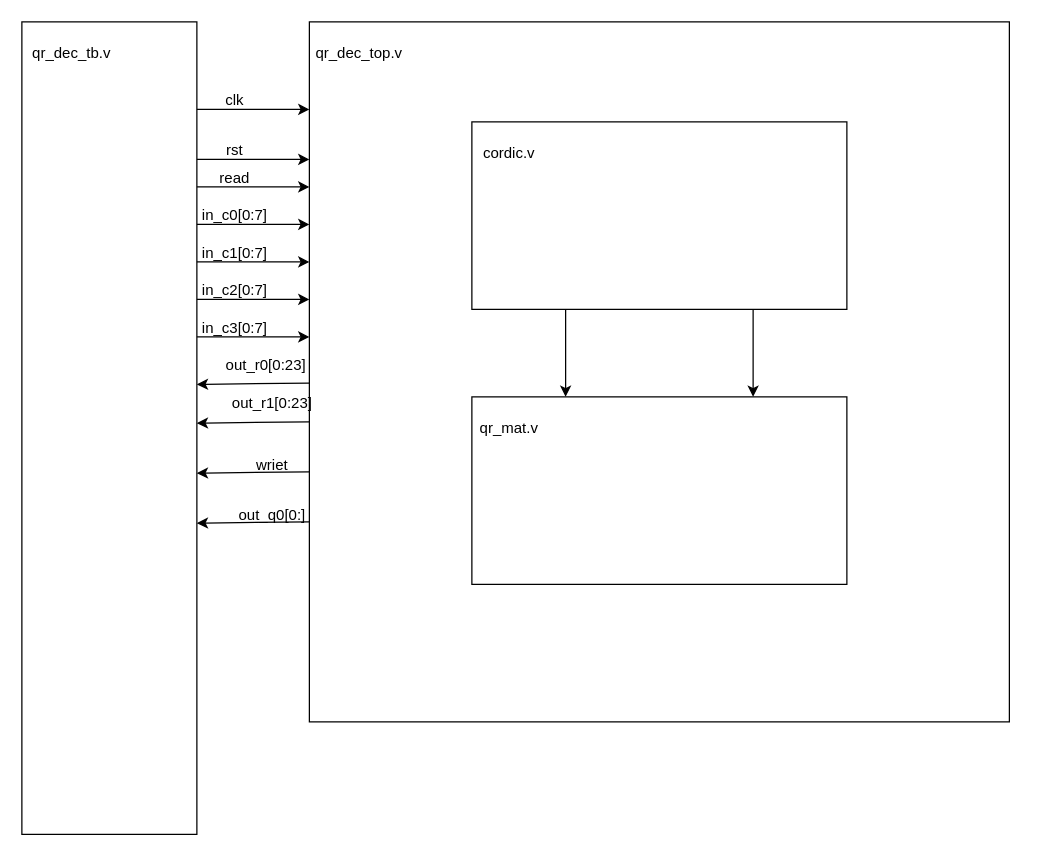
The draw.io diagram qr_dec_system.drawio in jihuien/ML100Days, before the edit. Source tidied: cells renumbered, new cells numbered last; positions are measured from the earlier drawing's top-left corner, leaving out a move shared by most shapes. Both pictures are drawn from the tidied source at 125%, with x=0, y=0 at pixel (21, 21).
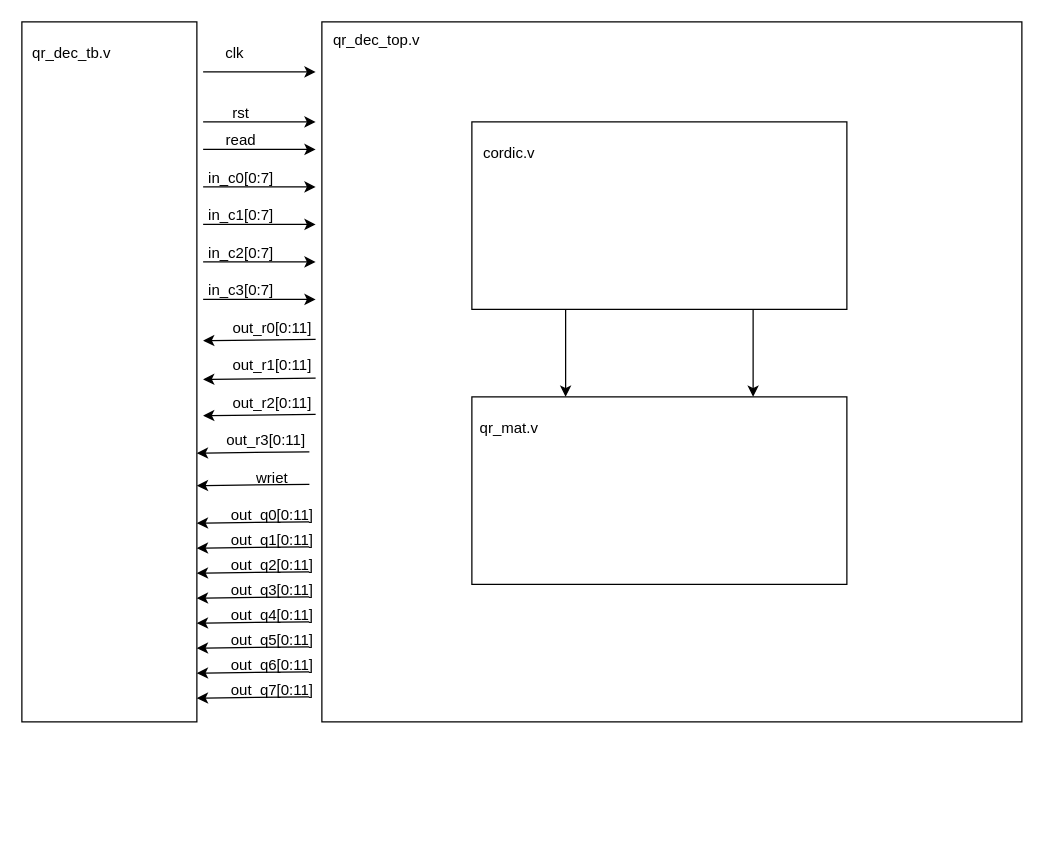
After the change.

The edit, as a diff of the source:
```diff
@@
+    <mxCell id="38" style="group;" parent="1" vertex="1">
+      <mxGeometry x="240" width="560" height="560" as="geometry" />
+    </mxCell>
-    <mxCell id="2" style="whiteSpace=wrap;html=1;" parent="1" vertex="1">
-      <mxGeometry x="230" width="560" height="560" as="geometry" />
+    <mxCell id="2" style="whiteSpace=wrap;html=1;" parent="38" vertex="1">
+      <mxGeometry width="560" height="560" as="geometry" />
     </mxCell>
+    <mxCell id="4" value="qr_dec_top.v" style="text;html=1;align=center;verticalAlign=middle;whiteSpace=wrap;rounded=0;" parent="38" vertex="1">
+      <mxGeometry x="14" width="60" height="30" as="geometry" />
+    </mxCell>
     <mxCell id="3" style="rounded=0;whiteSpace=wrap;html=1;" parent="1" vertex="1">
-      <mxGeometry width="140" height="650" as="geometry" />
+      <mxGeometry width="140" height="560" as="geometry" />
     </mxCell>
-    <mxCell id="4" value="qr_dec_top.v" style="text;html=1;align=center;verticalAlign=middle;whiteSpace=wrap;rounded=0;" parent="1" vertex="1">
-      <mxGeometry x="240" y="10" width="60" height="30" as="geometry" />
-    </mxCell>
     <mxCell id="5" style="endArrow=classic;html=1;rounded=0;entryX=0;entryY=0.25;entryDx=0;entryDy=0;" parent="1" edge="1">
       <mxGeometry relative="1" as="geometry">
-        <mxPoint x="140" y="70" as="sourcePoint" />
-        <mxPoint x="230" y="70" as="targetPoint" />
+        <mxPoint x="145" y="40" as="sourcePoint" />
+        <mxPoint x="235" y="40" as="targetPoint" />
       </mxGeometry>
     </mxCell>
     <mxCell id="6" value="clk" style="text;html=1;align=center;verticalAlign=middle;strokeColor=none;fillColor=none;" parent="1" vertex="1">
-      <mxGeometry x="150" y="48" width="40" height="30" as="geometry" />
+      <mxGeometry x="150" y="10" width="40" height="30" as="geometry" />
     </mxCell>
     <mxCell id="7" style="endArrow=classic;html=1;rounded=0;entryX=0;entryY=0.25;entryDx=0;entryDy=0;" parent="1" edge="1">
       <mxGeometry relative="1" as="geometry">
-        <mxPoint x="140" y="110" as="sourcePoint" />
-        <mxPoint x="230" y="110" as="targetPoint" />
+        <mxPoint x="145" y="80" as="sourcePoint" />
+        <mxPoint x="235" y="80" as="targetPoint" />
       </mxGeometry>
     </mxCell>
     <mxCell id="8" value="rst" style="text;html=1;align=center;verticalAlign=middle;strokeColor=none;fillColor=none;" parent="1" vertex="1">
-      <mxGeometry x="150" y="88" width="40" height="30" as="geometry" />
+      <mxGeometry x="155" y="58" width="40" height="30" as="geometry" />
     </mxCell>
@@
     <mxCell id="12" style="endArrow=classic;html=1;rounded=0;entryX=0;entryY=0.25;entryDx=0;entryDy=0;" parent="1" edge="1">
       <mxGeometry relative="1" as="geometry">
-        <mxPoint x="140" y="162" as="sourcePoint" />
-        <mxPoint x="230" y="162" as="targetPoint" />
+        <mxPoint x="145" y="132" as="sourcePoint" />
+        <mxPoint x="235" y="132" as="targetPoint" />
       </mxGeometry>
     </mxCell>
     <mxCell id="13" value="in_c0[0:7]" style="text;html=1;align=center;verticalAlign=middle;strokeColor=none;fillColor=none;" parent="1" vertex="1">
-      <mxGeometry x="130" y="140" width="80" height="30" as="geometry" />
+      <mxGeometry x="135" y="110" width="80" height="30" as="geometry" />
     </mxCell>
     <mxCell id="14" style="endArrow=classic;html=1;rounded=0;entryX=0;entryY=0.25;entryDx=0;entryDy=0;" parent="1" edge="1">
       <mxGeometry relative="1" as="geometry">
-        <mxPoint x="140" y="192" as="sourcePoint" />
-        <mxPoint x="230" y="192" as="targetPoint" />
+        <mxPoint x="145" y="162" as="sourcePoint" />
+        <mxPoint x="235" y="162" as="targetPoint" />
       </mxGeometry>
     </mxCell>
     <mxCell id="15" value="in_c1[0:7]" style="text;html=1;align=center;verticalAlign=middle;strokeColor=none;fillColor=none;" parent="1" vertex="1">
-      <mxGeometry x="130" y="170" width="80" height="30" as="geometry" />
+      <mxGeometry x="135" y="140" width="80" height="30" as="geometry" />
     </mxCell>
     <mxCell id="16" style="endArrow=classic;html=1;rounded=0;entryX=0;entryY=0.25;entryDx=0;entryDy=0;" parent="1" edge="1">
       <mxGeometry relative="1" as="geometry">
-        <mxPoint x="140" y="222" as="sourcePoint" />
-        <mxPoint x="230" y="222" as="targetPoint" />
+        <mxPoint x="145" y="192" as="sourcePoint" />
+        <mxPoint x="235" y="192" as="targetPoint" />
       </mxGeometry>
     </mxCell>
     <mxCell id="17" value="in_c2[0:7]" style="text;html=1;align=center;verticalAlign=middle;strokeColor=none;fillColor=none;" parent="1" vertex="1">
-      <mxGeometry x="130" y="200" width="80" height="30" as="geometry" />
+      <mxGeometry x="135" y="170" width="80" height="30" as="geometry" />
     </mxCell>
     <mxCell id="18" style="endArrow=classic;html=1;rounded=0;entryX=0;entryY=0.25;entryDx=0;entryDy=0;" parent="1" edge="1">
       <mxGeometry relative="1" as="geometry">
-        <mxPoint x="140" y="252" as="sourcePoint" />
-        <mxPoint x="230" y="252" as="targetPoint" />
+        <mxPoint x="145" y="222" as="sourcePoint" />
+        <mxPoint x="235" y="222" as="targetPoint" />
       </mxGeometry>
     </mxCell>
     <mxCell id="19" value="in_c3[0:7]" style="text;html=1;align=center;verticalAlign=middle;strokeColor=none;fillColor=none;" parent="1" vertex="1">
-      <mxGeometry x="130" y="230" width="80" height="30" as="geometry" />
+      <mxGeometry x="135" y="200" width="80" height="30" as="geometry" />
     </mxCell>
     <mxCell id="20" style="endArrow=classic;html=1;rounded=0;exitX=0.002;exitY=0.509;exitDx=0;exitDy=0;exitPerimeter=0;entryX=1.004;entryY=0.697;entryDx=0;entryDy=0;entryPerimeter=0;" parent="1" edge="1">
       <mxGeometry relative="1" as="geometry">
-        <mxPoint x="230" y="320" as="sourcePoint" />
-        <mxPoint x="140" y="321" as="targetPoint" />
+        <mxPoint x="235" y="285" as="sourcePoint" />
+        <mxPoint x="145" y="286" as="targetPoint" />
       </mxGeometry>
     </mxCell>
-    <mxCell id="21" value="out_r0[0:23]" style="text;html=1;align=center;verticalAlign=middle;strokeColor=none;fillColor=none;" parent="1" vertex="1">
-      <mxGeometry x="150" y="260" width="90" height="30" as="geometry" />
-    </mxCell>
-    <mxCell id="22" value="out_r1[0:23]" style="text;html=1;align=center;verticalAlign=middle;strokeColor=none;fillColor=none;" parent="1" vertex="1">
-      <mxGeometry x="155" y="290" width="90" height="30" as="geometry" />
+    <mxCell id="22" value="out_r1[0:11]" style="text;html=1;align=center;verticalAlign=middle;strokeColor=none;fillColor=none;" parent="1" vertex="1">
+      <mxGeometry x="155" y="260" width="90" height="30" as="geometry" />
     </mxCell>
     <mxCell id="23" style="endArrow=classic;html=1;rounded=0;entryX=0;entryY=0.25;entryDx=0;entryDy=0;" parent="1" edge="1">
       <mxGeometry relative="1" as="geometry">
-        <mxPoint x="140" y="132" as="sourcePoint" />
-        <mxPoint x="230" y="132" as="targetPoint" />
+        <mxPoint x="145" y="102" as="sourcePoint" />
+        <mxPoint x="235" y="102" as="targetPoint" />
       </mxGeometry>
     </mxCell>
     <mxCell id="24" value="read" style="text;html=1;align=center;verticalAlign=middle;strokeColor=none;fillColor=none;" parent="1" vertex="1">
-      <mxGeometry x="145" y="110" width="50" height="30" as="geometry" />
+      <mxGeometry x="150" y="80" width="50" height="30" as="geometry" />
     </mxCell>
@@
-    <mxCell id="31" style="endArrow=classic;html=1;rounded=0;exitX=0.002;exitY=0.509;exitDx=0;exitDy=0;exitPerimeter=0;entryX=1.004;entryY=0.697;entryDx=0;entryDy=0;entryPerimeter=0;" parent="1" edge="1">
-      <mxGeometry relative="1" as="geometry">
-        <mxPoint x="230" y="289" as="sourcePoint" />
-        <mxPoint x="140" y="290" as="targetPoint" />
-      </mxGeometry>
-    </mxCell>
     <mxCell id="32" style="group;" parent="1" vertex="1">
-      <mxGeometry x="140" y="340" width="90" height="30" as="geometry" />
+      <mxGeometry x="140" y="350" width="90" height="30" as="geometry" />
     </mxCell>
@@
     <mxCell id="35" style="group;" parent="1" vertex="1">
-      <mxGeometry x="140" y="380" width="100" height="30" as="geometry" />
+      <mxGeometry x="140" y="380" width="105" height="30" as="geometry" />
     </mxCell>
@@
-    <mxCell id="37" value="out_q0[0:]" style="text;html=1;align=center;verticalAlign=middle;strokeColor=none;fillColor=none;" parent="35" vertex="1">
-      <mxGeometry x="20" width="80" height="30" as="geometry" />
+    <mxCell id="37" value="out_q0[0:11]" style="text;html=1;align=center;verticalAlign=middle;strokeColor=none;fillColor=none;" parent="35" vertex="1">
+      <mxGeometry x="15" width="90" height="30" as="geometry" />
     </mxCell>
+    <mxCell id="39" style="group;" parent="1" vertex="1">
+      <mxGeometry x="140" y="400" width="105" height="30" as="geometry" />
+    </mxCell>
+    <mxCell id="40" style="endArrow=classic;html=1;rounded=0;exitX=0.002;exitY=0.509;exitDx=0;exitDy=0;exitPerimeter=0;entryX=1.004;entryY=0.697;entryDx=0;entryDy=0;entryPerimeter=0;" parent="39" edge="1">
+      <mxGeometry relative="1" as="geometry">
+        <mxPoint x="90" y="20" as="sourcePoint" />
+        <mxPoint y="21" as="targetPoint" />
+      </mxGeometry>
+    </mxCell>
+    <mxCell id="41" value="out_q1[0:11]" style="text;html=1;align=center;verticalAlign=middle;strokeColor=none;fillColor=none;" parent="39" vertex="1">
+      <mxGeometry x="15" width="90" height="30" as="geometry" />
+    </mxCell>
+    <mxCell id="42" style="group;" parent="1" vertex="1">
+      <mxGeometry x="140" y="420" width="105" height="30" as="geometry" />
+    </mxCell>
+    <mxCell id="43" style="endArrow=classic;html=1;rounded=0;exitX=0.002;exitY=0.509;exitDx=0;exitDy=0;exitPerimeter=0;entryX=1.004;entryY=0.697;entryDx=0;entryDy=0;entryPerimeter=0;" parent="42" edge="1">
+      <mxGeometry relative="1" as="geometry">
+        <mxPoint x="90" y="20" as="sourcePoint" />
+        <mxPoint y="21" as="targetPoint" />
+      </mxGeometry>
+    </mxCell>
+    <mxCell id="44" value="out_q2[0:11]" style="text;html=1;align=center;verticalAlign=middle;strokeColor=none;fillColor=none;" parent="42" vertex="1">
+      <mxGeometry x="15" width="90" height="30" as="geometry" />
+    </mxCell>
+    <mxCell id="45" style="group;" parent="1" vertex="1">
+      <mxGeometry x="140" y="440" width="105" height="110" as="geometry" />
+    </mxCell>
+    <mxCell id="46" style="endArrow=classic;html=1;rounded=0;exitX=0.002;exitY=0.509;exitDx=0;exitDy=0;exitPerimeter=0;entryX=1.004;entryY=0.697;entryDx=0;entryDy=0;entryPerimeter=0;" parent="45" edge="1">
+      <mxGeometry relative="1" as="geometry">
+        <mxPoint x="90" y="20" as="sourcePoint" />
+        <mxPoint y="21" as="targetPoint" />
+      </mxGeometry>
+    </mxCell>
+    <mxCell id="47" value="out_q3[0:11]" style="text;html=1;align=center;verticalAlign=middle;strokeColor=none;fillColor=none;" parent="45" vertex="1">
+      <mxGeometry x="15" width="90" height="30" as="geometry" />
+    </mxCell>
+    <mxCell id="48" style="group;" parent="45" vertex="1">
+      <mxGeometry y="20" width="105" height="30" as="geometry" />
+    </mxCell>
+    <mxCell id="49" style="endArrow=classic;html=1;rounded=0;exitX=0.002;exitY=0.509;exitDx=0;exitDy=0;exitPerimeter=0;entryX=1.004;entryY=0.697;entryDx=0;entryDy=0;entryPerimeter=0;" parent="48" edge="1">
+      <mxGeometry relative="1" as="geometry">
+        <mxPoint x="90" y="20" as="sourcePoint" />
+        <mxPoint y="21" as="targetPoint" />
+      </mxGeometry>
+    </mxCell>
+    <mxCell id="50" value="out_q4[0:11]" style="text;html=1;align=center;verticalAlign=middle;strokeColor=none;fillColor=none;" parent="48" vertex="1">
+      <mxGeometry x="15" width="90" height="30" as="geometry" />
+    </mxCell>
+    <mxCell id="51" style="group;" parent="45" vertex="1">
+      <mxGeometry y="40" width="105" height="30" as="geometry" />
+    </mxCell>
+    <mxCell id="52" style="endArrow=classic;html=1;rounded=0;exitX=0.002;exitY=0.509;exitDx=0;exitDy=0;exitPerimeter=0;entryX=1.004;entryY=0.697;entryDx=0;entryDy=0;entryPerimeter=0;" parent="51" edge="1">
+      <mxGeometry relative="1" as="geometry">
+        <mxPoint x="90" y="20" as="sourcePoint" />
+        <mxPoint y="21" as="targetPoint" />
+      </mxGeometry>
+    </mxCell>
+    <mxCell id="53" value="out_q5[0:11]" style="text;html=1;align=center;verticalAlign=middle;strokeColor=none;fillColor=none;" parent="51" vertex="1">
+      <mxGeometry x="15" width="90" height="30" as="geometry" />
+    </mxCell>
+    <mxCell id="54" style="group;" parent="45" vertex="1">
+      <mxGeometry y="60" width="105" height="30" as="geometry" />
+    </mxCell>
+    <mxCell id="55" style="endArrow=classic;html=1;rounded=0;exitX=0.002;exitY=0.509;exitDx=0;exitDy=0;exitPerimeter=0;entryX=1.004;entryY=0.697;entryDx=0;entryDy=0;entryPerimeter=0;" parent="54" edge="1">
+      <mxGeometry relative="1" as="geometry">
+        <mxPoint x="90" y="20" as="sourcePoint" />
+        <mxPoint y="21" as="targetPoint" />
+      </mxGeometry>
+    </mxCell>
+    <mxCell id="56" value="out_q6[0:11]" style="text;html=1;align=center;verticalAlign=middle;strokeColor=none;fillColor=none;" parent="54" vertex="1">
+      <mxGeometry x="15" width="90" height="30" as="geometry" />
+    </mxCell>
+    <mxCell id="57" style="group;" parent="45" vertex="1">
+      <mxGeometry y="80" width="105" height="30" as="geometry" />
+    </mxCell>
+    <mxCell id="58" style="endArrow=classic;html=1;rounded=0;exitX=0.002;exitY=0.509;exitDx=0;exitDy=0;exitPerimeter=0;entryX=1.004;entryY=0.697;entryDx=0;entryDy=0;entryPerimeter=0;" parent="57" edge="1">
+      <mxGeometry relative="1" as="geometry">
+        <mxPoint x="90" y="20" as="sourcePoint" />
+        <mxPoint y="21" as="targetPoint" />
+      </mxGeometry>
+    </mxCell>
+    <mxCell id="59" value="out_q7[0:11]" style="text;html=1;align=center;verticalAlign=middle;strokeColor=none;fillColor=none;" parent="57" vertex="1">
+      <mxGeometry x="15" width="90" height="30" as="geometry" />
+    </mxCell>
+    <mxCell id="60" style="group;" parent="1" vertex="1">
+      <mxGeometry x="145" y="230" width="100" height="30" as="geometry" />
+    </mxCell>
+    <mxCell id="21" value="out_r0[0:11]" style="text;html=1;align=center;verticalAlign=middle;strokeColor=none;fillColor=none;" parent="60" vertex="1">
+      <mxGeometry x="10" width="90" height="30" as="geometry" />
+    </mxCell>
+    <mxCell id="31" style="endArrow=classic;html=1;rounded=0;exitX=0.002;exitY=0.509;exitDx=0;exitDy=0;exitPerimeter=0;entryX=1.004;entryY=0.697;entryDx=0;entryDy=0;entryPerimeter=0;" parent="60" edge="1">
+      <mxGeometry relative="1" as="geometry">
+        <mxPoint x="90" y="24" as="sourcePoint" />
+        <mxPoint y="25" as="targetPoint" />
+      </mxGeometry>
+    </mxCell>
+    <mxCell id="61" style="group;" parent="1" vertex="1">
+      <mxGeometry x="145" y="290" width="100" height="30" as="geometry" />
+    </mxCell>
+    <mxCell id="62" value="out_r2[0:11]" style="text;html=1;align=center;verticalAlign=middle;strokeColor=none;fillColor=none;" parent="61" vertex="1">
+      <mxGeometry x="10" width="90" height="30" as="geometry" />
+    </mxCell>
+    <mxCell id="63" style="endArrow=classic;html=1;rounded=0;exitX=0.002;exitY=0.509;exitDx=0;exitDy=0;exitPerimeter=0;entryX=1.004;entryY=0.697;entryDx=0;entryDy=0;entryPerimeter=0;" parent="61" edge="1">
+      <mxGeometry relative="1" as="geometry">
+        <mxPoint x="90" y="24" as="sourcePoint" />
+        <mxPoint y="25" as="targetPoint" />
+      </mxGeometry>
+    </mxCell>
+    <mxCell id="64" style="group;" parent="1" vertex="1">
+      <mxGeometry x="140" y="320" width="100" height="30" as="geometry" />
+    </mxCell>
+    <mxCell id="65" value="out_r3[0:11]" style="text;html=1;align=center;verticalAlign=middle;strokeColor=none;fillColor=none;" parent="64" vertex="1">
+      <mxGeometry x="10" width="90" height="30" as="geometry" />
+    </mxCell>
+    <mxCell id="66" style="endArrow=classic;html=1;rounded=0;exitX=0.002;exitY=0.509;exitDx=0;exitDy=0;exitPerimeter=0;entryX=1.004;entryY=0.697;entryDx=0;entryDy=0;entryPerimeter=0;" parent="64" edge="1">
+      <mxGeometry relative="1" as="geometry">
+        <mxPoint x="90" y="24" as="sourcePoint" />
+        <mxPoint y="25" as="targetPoint" />
+      </mxGeometry>
+    </mxCell>
```
